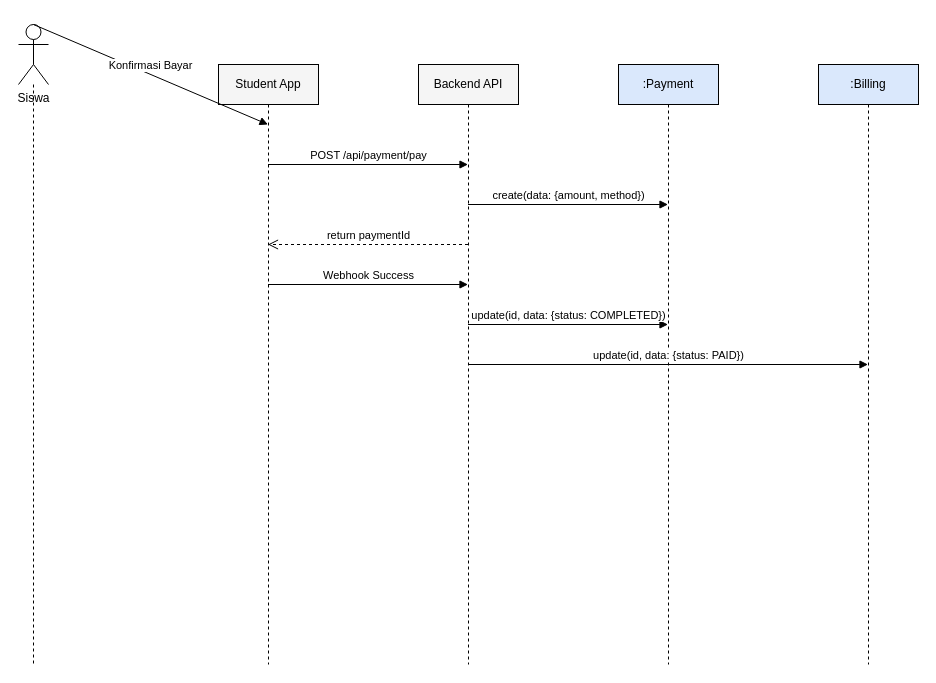
muhammaddzaki123/adminkassmpit keeps this draw.io diagram as docs/sequence_student_payment.drawio. Above is the earlier version. Source tidied: cells renumbered, new cells numbered last; positions are measured from the earlier drawing's top-left corner, leaving out a move shared by most shapes. Both pictures are drawn from the tidied source at 100%, with x=0, y=0 at pixel (18, 24).
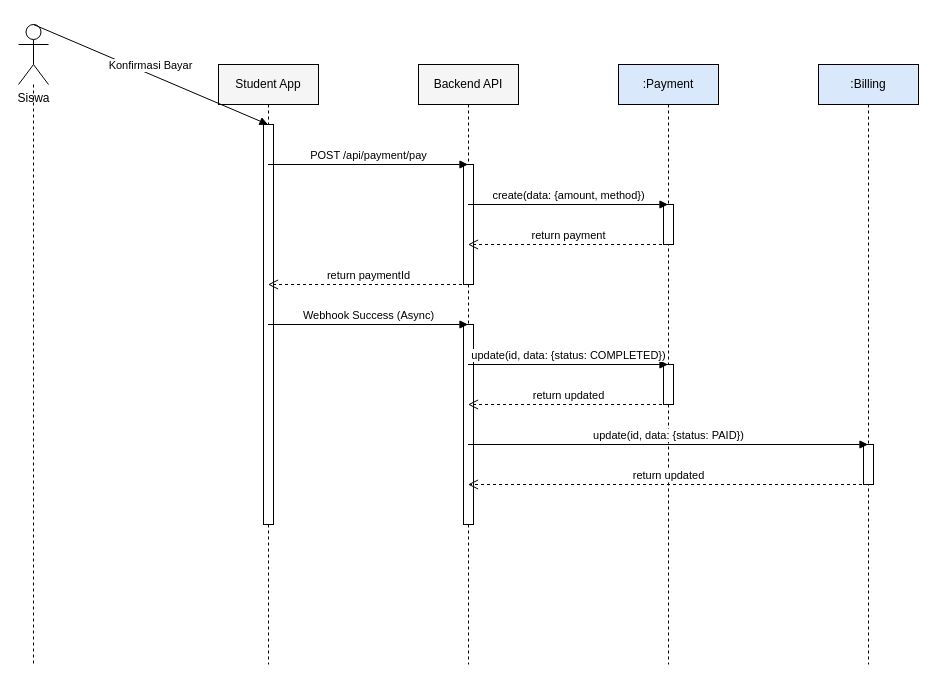
Above is the later version.

Unchanged cells that the change refers to:
```xml
<mxCell id="2" value="Siswa" style="shape=umlActor;verticalLabelPosition=bottom;verticalAlign=top;html=1;outlineConnect=0;" parent="1" vertex="1">
  <mxGeometry width="30" height="60" as="geometry" />
</mxCell>
<mxCell id="4" value="Student App" style="shape=umlLifeline;perimeter=lifelinePerimeter;whiteSpace=wrap;html=1;outlineConnect=0;fillColor=#f5f5f5;" parent="1" vertex="1">
  <mxGeometry x="200" y="40" width="100" height="600" as="geometry" />
</mxCell>
<mxCell id="5" value="Backend API" style="shape=umlLifeline;perimeter=lifelinePerimeter;whiteSpace=wrap;html=1;outlineConnect=0;fillColor=#f5f5f5;" parent="1" vertex="1">
  <mxGeometry x="400" y="40" width="100" height="600" as="geometry" />
</mxCell>
<mxCell id="6" value=":Payment" style="shape=umlLifeline;perimeter=lifelinePerimeter;whiteSpace=wrap;html=1;outlineConnect=0;fillColor=#dae8fc;" parent="1" vertex="1">
  <mxGeometry x="600" y="40" width="100" height="600" as="geometry" />
</mxCell>
<mxCell id="7" value=":Billing" style="shape=umlLifeline;perimeter=lifelinePerimeter;whiteSpace=wrap;html=1;outlineConnect=0;fillColor=#dae8fc;" parent="1" vertex="1">
  <mxGeometry x="800" y="40" width="100" height="600" as="geometry" />
</mxCell>
```

The edit, as a diff of the source:
```diff
@@
-    <mxCell id="8" value="Konfirmasi Bayar" style="html=1;verticalAlign=bottom;endArrow=block;rounded=0;entryX=0.5;entryY=0.1;exitX=0.5;exitY=0.1;" parent="1" edge="1" source="2" target="4">
-      <mxGeometry relative="1" as="geometry" />
+    <mxCell id="8" style="html=1;perimeter=orthogonalPerimeter;fillColor=#FFFFFF;strokeColor=#000000;" parent="1" vertex="1">
+      <mxGeometry x="645" y="180" width="10" height="40" as="geometry" />
     </mxCell>
-    <mxCell id="9" value="POST /api/payment/pay" style="html=1;verticalAlign=bottom;endArrow=block;rounded=0;entryX=0.5;entryY=0.16666666666666666;exitX=0.5;exitY=0.16666666666666666;" parent="1" edge="1" source="4" target="5">
-      <mxGeometry relative="1" as="geometry" />
+    <mxCell id="9" style="html=1;perimeter=orthogonalPerimeter;fillColor=#FFFFFF;strokeColor=#000000;" parent="1" vertex="1">
+      <mxGeometry x="445" y="140" width="10" height="120" as="geometry" />
     </mxCell>
-    <mxCell id="10" value="create(data: {amount, method})" style="html=1;verticalAlign=bottom;endArrow=block;rounded=0;entryX=0.5;entryY=0.23333333333333334;exitX=0.5;exitY=0.23333333333333334;" parent="1" edge="1" source="5" target="6">
-      <mxGeometry relative="1" as="geometry" />
+    <mxCell id="10" style="html=1;perimeter=orthogonalPerimeter;fillColor=#FFFFFF;strokeColor=#000000;" parent="1" vertex="1">
+      <mxGeometry x="645" y="340" width="10" height="40" as="geometry" />
     </mxCell>
-    <mxCell id="11" value="return paymentId" style="html=1;verticalAlign=bottom;endArrow=open;dashed=1;endSize=8;rounded=0;entryX=0.5;entryY=0.3;exitX=0.5;exitY=0.3;" parent="1" edge="1" source="5" target="4">
-      <mxGeometry relative="1" as="geometry" />
+    <mxCell id="11" style="html=1;perimeter=orthogonalPerimeter;fillColor=#FFFFFF;strokeColor=#000000;" parent="1" vertex="1">
+      <mxGeometry x="845" y="420" width="10" height="40" as="geometry" />
     </mxCell>
-    <mxCell id="12" value="Webhook Success" style="html=1;verticalAlign=bottom;endArrow=block;rounded=0;entryX=0.5;entryY=0.36666666666666664;exitX=0.5;exitY=0.36666666666666664;" parent="1" edge="1" source="4" target="5">
-      <mxGeometry relative="1" as="geometry" />
+    <mxCell id="12" style="html=1;perimeter=orthogonalPerimeter;fillColor=#FFFFFF;strokeColor=#000000;" parent="1" vertex="1">
+      <mxGeometry x="245" y="100" width="10" height="400" as="geometry" />
     </mxCell>
-    <mxCell id="13" value="update(id, data: {status: COMPLETED})" style="html=1;verticalAlign=bottom;endArrow=block;rounded=0;entryX=0.5;entryY=0.43333333333333335;exitX=0.5;exitY=0.43333333333333335;" parent="1" edge="1" source="5" target="6">
-      <mxGeometry relative="1" as="geometry" />
+    <mxCell id="13" style="html=1;perimeter=orthogonalPerimeter;fillColor=#FFFFFF;strokeColor=#000000;" parent="1" vertex="1">
+      <mxGeometry x="445" y="300" width="10" height="200" as="geometry" />
     </mxCell>
-    <mxCell id="14" value="update(id, data: {status: PAID})" style="html=1;verticalAlign=bottom;endArrow=block;rounded=0;entryX=0.5;entryY=0.5;exitX=0.5;exitY=0.5;" parent="1" edge="1" source="5" target="7">
+    <mxCell id="14" value="Konfirmasi Bayar" style="html=1;verticalAlign=bottom;endArrow=block;rounded=0;entryX=0.5;entryY=0.1;exitX=0.5;exitY=0.1;" parent="1" edge="1" source="2" target="4">
       <mxGeometry relative="1" as="geometry" />
     </mxCell>
+    <mxCell id="15" value="POST /api/payment/pay" style="html=1;verticalAlign=bottom;endArrow=block;rounded=0;entryX=0.5;entryY=0.16666666666666666;exitX=0.5;exitY=0.16666666666666666;" parent="1" edge="1" source="4" target="5">
+      <mxGeometry relative="1" as="geometry" />
+    </mxCell>
+    <mxCell id="16" value="create(data: {amount, method})" style="html=1;verticalAlign=bottom;endArrow=block;rounded=0;entryX=0.5;entryY=0.23333333333333334;exitX=0.5;exitY=0.23333333333333334;" parent="1" edge="1" source="5" target="6">
+      <mxGeometry relative="1" as="geometry" />
+    </mxCell>
+    <mxCell id="17" value="return payment" style="html=1;verticalAlign=bottom;endArrow=open;dashed=1;endSize=8;rounded=0;entryX=0.5;entryY=0.3;exitX=0.5;exitY=0.3;" parent="1" edge="1" source="6" target="5">
+      <mxGeometry relative="1" as="geometry" />
+    </mxCell>
+    <mxCell id="18" value="return paymentId" style="html=1;verticalAlign=bottom;endArrow=open;dashed=1;endSize=8;rounded=0;entryX=0.5;entryY=0.36666666666666664;exitX=0.5;exitY=0.36666666666666664;" parent="1" edge="1" source="5" target="4">
+      <mxGeometry relative="1" as="geometry" />
+    </mxCell>
+    <mxCell id="19" value="Webhook Success (Async)" style="html=1;verticalAlign=bottom;endArrow=block;rounded=0;entryX=0.5;entryY=0.43333333333333335;exitX=0.5;exitY=0.43333333333333335;" parent="1" edge="1" source="4" target="5">
+      <mxGeometry relative="1" as="geometry" />
+    </mxCell>
+    <mxCell id="20" value="update(id, data: {status: COMPLETED})" style="html=1;verticalAlign=bottom;endArrow=block;rounded=0;entryX=0.5;entryY=0.5;exitX=0.5;exitY=0.5;" parent="1" edge="1" source="5" target="6">
+      <mxGeometry relative="1" as="geometry" />
+    </mxCell>
+    <mxCell id="21" value="return updated" style="html=1;verticalAlign=bottom;endArrow=open;dashed=1;endSize=8;rounded=0;entryX=0.5;entryY=0.5666666666666667;exitX=0.5;exitY=0.5666666666666667;" parent="1" edge="1" source="6" target="5">
+      <mxGeometry relative="1" as="geometry" />
+    </mxCell>
+    <mxCell id="22" value="update(id, data: {status: PAID})" style="html=1;verticalAlign=bottom;endArrow=block;rounded=0;entryX=0.5;entryY=0.6333333333333333;exitX=0.5;exitY=0.6333333333333333;" parent="1" edge="1" source="5" target="7">
+      <mxGeometry relative="1" as="geometry" />
+    </mxCell>
+    <mxCell id="23" value="return updated" style="html=1;verticalAlign=bottom;endArrow=open;dashed=1;endSize=8;rounded=0;entryX=0.5;entryY=0.7;exitX=0.5;exitY=0.7;" parent="1" edge="1" source="7" target="5">
+      <mxGeometry relative="1" as="geometry" />
+    </mxCell>
```
